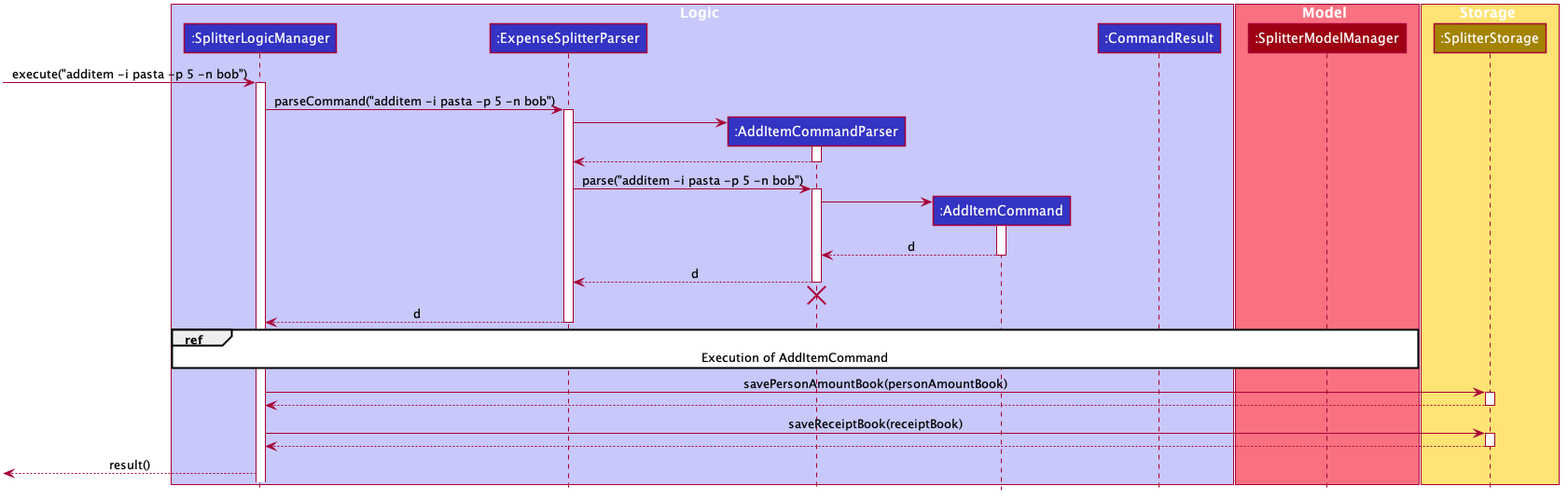
The PlantUML diagram docs/images/ExpenseSplitterAddItemCommandSequenceDiagram.png in nus-cs2103-AY1920S2/addressbook-level3, before a commit.
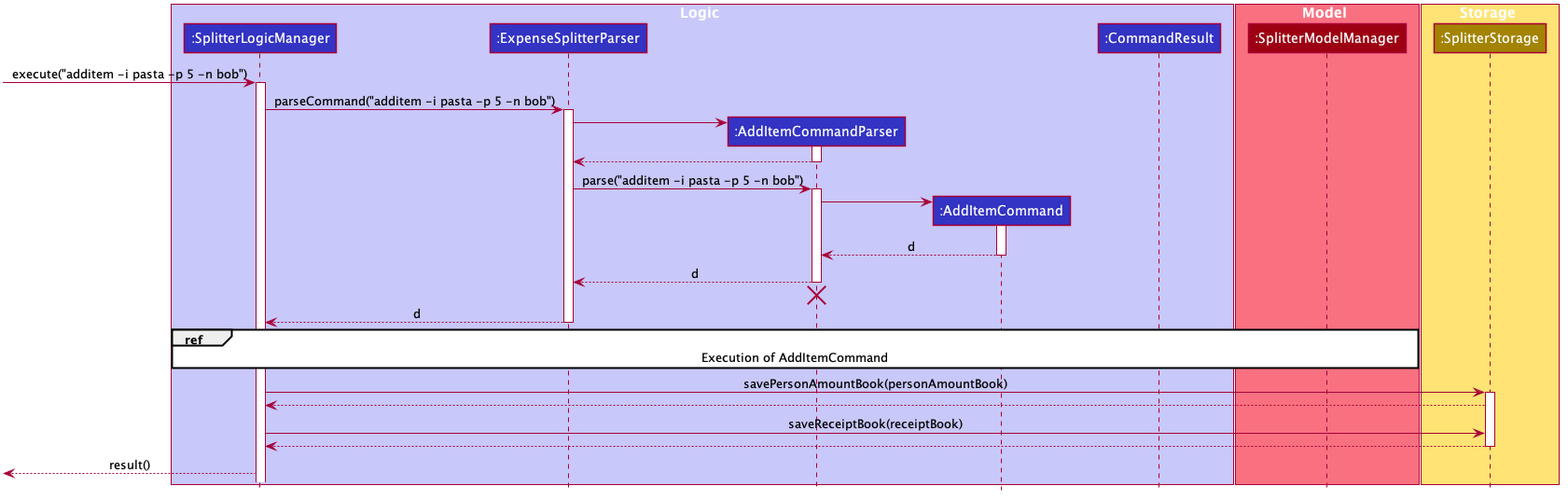
The same file after the commit.

What changed in the source:
```diff
@@ -101,11 +101,8 @@
 activate SplitterStorageManager
 
 SplitterStorageManager --> SplitterLogicManager
-deactivate SplitterStorageManager
 
 SplitterLogicManager -> SplitterStorageManager : saveReceiptBook(receiptBook)
-activate SplitterStorageManager
-
 SplitterStorageManager --> SplitterLogicManager
 deactivate SplitterStorageManager
 
```
